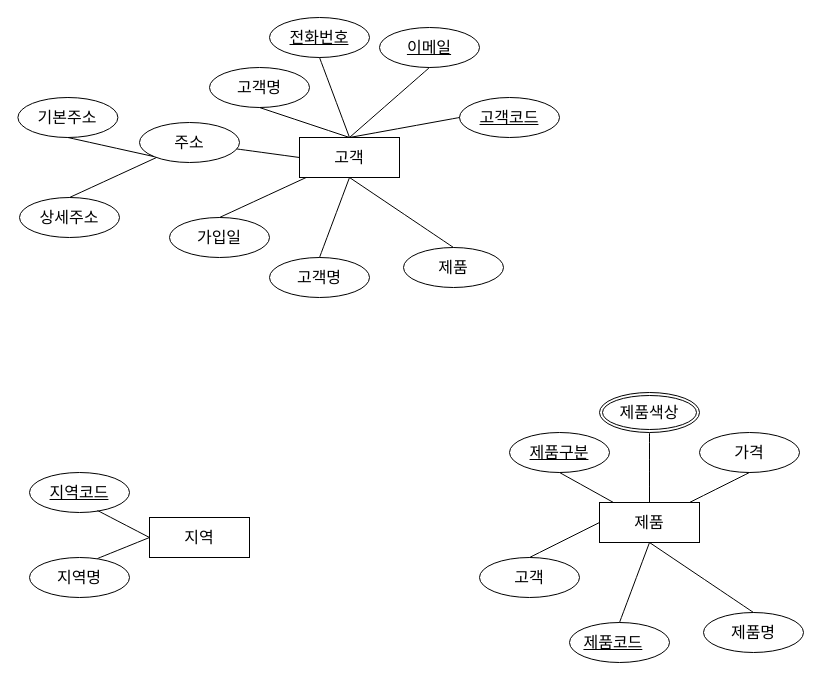
heesooooooo/bigdata keeps this draw.io diagram as product.drawio. Above is the earlier version. Source tidied: cells renumbered, new cells numbered last; positions are measured from the earlier drawing's top-left corner, leaving out a move shared by most shapes. Both pictures are drawn from the tidied source at 100%, with x=0, y=0 at pixel (17, 17).
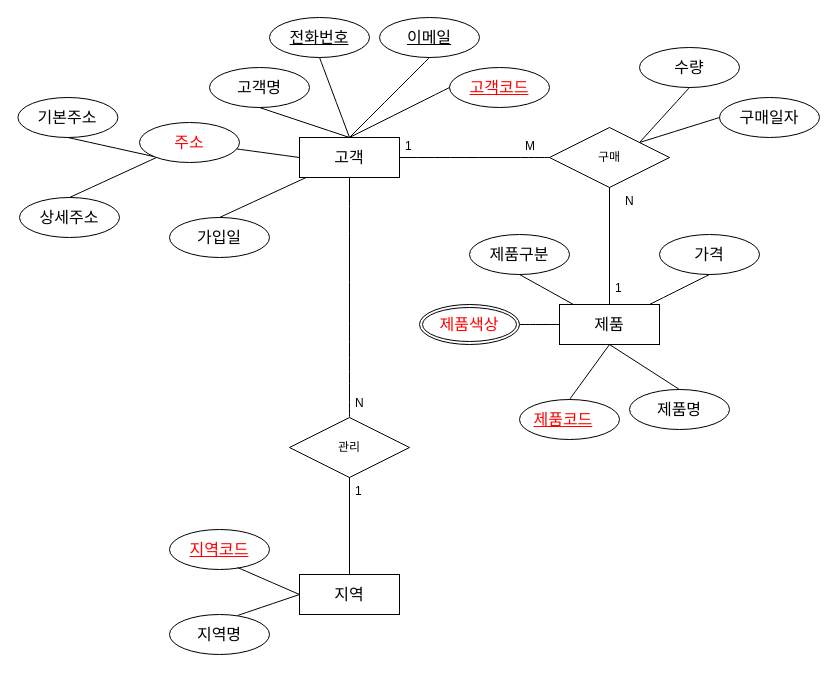
The same diagram, later.

The change refers to these unchanged cells:
```xml
<mxCell id="2" value="&lt;font&gt;고객&lt;/font&gt;" style="whiteSpace=wrap;html=1;align=center;fontSize=16;" parent="1" vertex="1">
  <mxGeometry x="282" y="120" width="100" height="40" as="geometry" />
</mxCell>
```

Change to the diagram source:
```diff
@@
     <mxCell id="7" value="이메일" style="ellipse;whiteSpace=wrap;html=1;align=center;fontSize=16;fontStyle=4;" parent="1" vertex="1">
-      <mxGeometry x="362" y="10" width="100" height="40" as="geometry" />
+      <mxGeometry x="362" width="100" height="40" as="geometry" />
     </mxCell>
@@
-    <mxCell id="9" value="고객코드" style="ellipse;whiteSpace=wrap;html=1;align=center;fontSize=16;fontStyle=4;" parent="1" vertex="1">
-      <mxGeometry x="442" y="80" width="100" height="40" as="geometry" />
+    <mxCell id="9" value="고객코드" style="ellipse;whiteSpace=wrap;html=1;align=center;fontSize=16;fontStyle=4;fontColor=#FF0000;" parent="1" vertex="1">
+      <mxGeometry x="432" y="50" width="100" height="40" as="geometry" />
     </mxCell>
@@
-    <mxCell id="13" value="고객명" style="ellipse;whiteSpace=wrap;html=1;align=center;fontSize=16;" parent="1" vertex="1">
-      <mxGeometry x="252" y="240" width="100" height="40" as="geometry" />
-    </mxCell>
-    <mxCell id="14" style="endArrow=none;html=1;rounded=0;fontSize=12;startSize=8;endSize=8;curved=1;exitX=0.5;exitY=0;exitDx=0;exitDy=0;entryX=0.5;entryY=1;entryDx=0;entryDy=0;" parent="1" edge="1" source="13" target="2">
-      <mxGeometry relative="1" as="geometry" />
-    </mxCell>
-    <mxCell id="15" value="제품" style="ellipse;whiteSpace=wrap;html=1;align=center;fontSize=16;" parent="1" vertex="1">
-      <mxGeometry x="386" y="230" width="100" height="40" as="geometry" />
-    </mxCell>
-    <mxCell id="16" style="endArrow=none;html=1;rounded=0;fontSize=12;startSize=8;endSize=8;curved=1;exitX=0.5;exitY=0;exitDx=0;exitDy=0;entryX=0.5;entryY=1;entryDx=0;entryDy=0;" parent="1" edge="1" source="15" target="2">
+    <mxCell id="16" style="endArrow=none;html=1;rounded=0;fontSize=12;startSize=8;endSize=8;curved=1;entryX=1;entryY=0.5;entryDx=0;entryDy=0;exitX=0;exitY=0.5;exitDx=0;exitDy=0;" parent="1" edge="1" source="41" target="2">
       <mxGeometry relative="1" as="geometry" />
     </mxCell>
-    <mxCell id="17" value="주소&lt;br&gt;" style="ellipse;whiteSpace=wrap;html=1;align=center;fontSize=16;" parent="1" vertex="1">
+    <mxCell id="17" value="주소&lt;br&gt;" style="ellipse;whiteSpace=wrap;html=1;align=center;fontSize=16;fontColor=#FF0000;" parent="1" vertex="1">
       <mxGeometry x="122" y="105" width="100" height="40" as="geometry" />
     </mxCell>
@@
     <mxCell id="23" value="지역" style="whiteSpace=wrap;html=1;align=center;fontSize=16;" parent="1" vertex="1">
-      <mxGeometry x="132" y="500" width="100" height="40" as="geometry" />
+      <mxGeometry x="282" y="557" width="100" height="40" as="geometry" />
     </mxCell>
     <mxCell id="24" value="지역명" style="ellipse;whiteSpace=wrap;html=1;align=center;fontSize=16;" parent="1" vertex="1">
-      <mxGeometry x="12" y="540" width="100" height="40" as="geometry" />
+      <mxGeometry x="152" y="597" width="100" height="40" as="geometry" />
     </mxCell>
-    <mxCell id="25" value="지역코드" style="ellipse;whiteSpace=wrap;html=1;align=center;fontSize=16;fontStyle=4;" parent="1" vertex="1">
-      <mxGeometry x="12" y="455" width="100" height="40" as="geometry" />
+    <mxCell id="25" value="지역코드" style="ellipse;whiteSpace=wrap;html=1;align=center;fontSize=16;fontStyle=4;fontColor=#FF0000;" parent="1" vertex="1">
+      <mxGeometry x="152" y="512" width="100" height="40" as="geometry" />
     </mxCell>
@@
     <mxCell id="28" value="제품" style="whiteSpace=wrap;html=1;align=center;fontSize=16;" parent="1" vertex="1">
-      <mxGeometry x="582" y="485" width="100" height="40" as="geometry" />
+      <mxGeometry x="542" y="287" width="100" height="40" as="geometry" />
     </mxCell>
-    <mxCell id="29" value="제품코드&lt;span style=&quot;white-space: pre;&quot;&gt;&#9;&lt;/span&gt;" style="ellipse;whiteSpace=wrap;html=1;align=center;fontSize=16;fontStyle=4;" parent="1" vertex="1">
-      <mxGeometry x="552" y="605" width="100" height="40" as="geometry" />
+    <mxCell id="29" value="제품코드&lt;span style=&quot;white-space: pre;&quot;&gt;&#9;&lt;/span&gt;" style="ellipse;whiteSpace=wrap;html=1;align=center;fontSize=16;fontStyle=4;fontColor=#FF0000;" parent="1" vertex="1">
+      <mxGeometry x="502" y="382" width="100" height="40" as="geometry" />
     </mxCell>
@@
     <mxCell id="31" value="제품명" style="ellipse;whiteSpace=wrap;html=1;align=center;fontSize=16;" parent="1" vertex="1">
-      <mxGeometry x="686" y="595" width="100" height="40" as="geometry" />
+      <mxGeometry x="612" y="372" width="100" height="40" as="geometry" />
     </mxCell>
@@
-    <mxCell id="33" value="제품구분" style="ellipse;whiteSpace=wrap;html=1;align=center;fontSize=16;fontStyle=4;" parent="1" vertex="1">
-      <mxGeometry x="492" y="415" width="100" height="40" as="geometry" />
+    <mxCell id="33" value="제품구분" style="ellipse;whiteSpace=wrap;html=1;align=center;fontSize=16;fontStyle=0;" parent="1" vertex="1">
+      <mxGeometry x="452" y="217" width="100" height="40" as="geometry" />
     </mxCell>
@@
-    <mxCell id="35" style="endArrow=none;html=1;rounded=0;fontSize=12;startSize=8;endSize=8;curved=1;exitX=0.5;exitY=1;exitDx=0;exitDy=0;" parent="1" edge="1" source="40" target="28">
-      <mxGeometry relative="1" as="geometry" />
-    </mxCell>
     <mxCell id="36" value="가격" style="ellipse;whiteSpace=wrap;html=1;align=center;fontSize=16;fontStyle=0;" parent="1" vertex="1">
-      <mxGeometry x="682" y="415" width="100" height="40" as="geometry" />
+      <mxGeometry x="642" y="217" width="100" height="40" as="geometry" />
     </mxCell>
@@
-    <mxCell id="38" value="고객" style="ellipse;whiteSpace=wrap;html=1;align=center;fontSize=16;" parent="1" vertex="1">
-      <mxGeometry x="462" y="540" width="100" height="40" as="geometry" />
-    </mxCell>
-    <mxCell id="39" style="endArrow=none;html=1;rounded=0;fontSize=12;startSize=8;endSize=8;curved=1;exitX=0.5;exitY=0;exitDx=0;exitDy=0;entryX=0;entryY=0.5;entryDx=0;entryDy=0;" parent="1" edge="1" source="38" target="28">
-      <mxGeometry relative="1" as="geometry" />
-    </mxCell>
+    <mxCell id="41" value="구매" style="shape=rhombus;perimeter=rhombusPerimeter;whiteSpace=wrap;html=1;align=center;" parent="1" vertex="1">
+      <mxGeometry x="532" y="110" width="120" height="60" as="geometry" />
+    </mxCell>
+    <mxCell id="42" style="endArrow=none;html=1;rounded=0;fontSize=12;startSize=8;endSize=8;curved=1;exitX=0.5;exitY=0;exitDx=0;exitDy=0;" parent="1" edge="1" source="43" target="2">
+      <mxGeometry relative="1" as="geometry" />
+    </mxCell>
+    <mxCell id="43" value="관리" style="shape=rhombus;perimeter=rhombusPerimeter;whiteSpace=wrap;html=1;align=center;" parent="1" vertex="1">
+      <mxGeometry x="272" y="400" width="120" height="60" as="geometry" />
+    </mxCell>
+    <mxCell id="44" value="N" style="text;strokeColor=none;fillColor=none;spacingLeft=4;spacingRight=4;overflow=hidden;fontSize=12;whiteSpace=wrap;html=1;" parent="1" vertex="1">
+      <mxGeometry x="332" y="372" width="40" height="30" as="geometry" />
+    </mxCell>
+    <mxCell id="45" style="endArrow=none;html=1;rounded=0;entryX=0.5;entryY=0;entryDx=0;entryDy=0;" parent="1" edge="1" source="43" target="23">
+      <mxGeometry relative="1" as="geometry" />
+    </mxCell>
+    <mxCell id="46" value="1&lt;br&gt;" style="text;strokeColor=none;fillColor=none;spacingLeft=4;spacingRight=4;overflow=hidden;fontSize=12;whiteSpace=wrap;html=1;" parent="1" vertex="1">
+      <mxGeometry x="332" y="460" width="40" height="30" as="geometry" />
+    </mxCell>
+    <mxCell id="47" value="수량" style="ellipse;whiteSpace=wrap;html=1;align=center;fontSize=16;fontStyle=0;" parent="1" vertex="1">
+      <mxGeometry x="622" y="30" width="100" height="40" as="geometry" />
+    </mxCell>
+    <mxCell id="48" style="endArrow=none;html=1;rounded=0;fontSize=12;startSize=8;endSize=8;curved=1;exitX=0.5;exitY=1;exitDx=0;exitDy=0;entryX=1;entryY=0;entryDx=0;entryDy=0;" parent="1" edge="1" source="47" target="41">
+      <mxGeometry relative="1" as="geometry" />
+    </mxCell>
+    <mxCell id="49" value="구매일자" style="ellipse;whiteSpace=wrap;html=1;align=center;fontSize=16;fontStyle=0;" parent="1" vertex="1">
+      <mxGeometry x="702" y="80" width="100" height="40" as="geometry" />
+    </mxCell>
+    <mxCell id="50" style="endArrow=none;html=1;rounded=0;fontSize=12;startSize=8;endSize=8;curved=1;exitX=0;exitY=0.5;exitDx=0;exitDy=0;entryX=1;entryY=0;entryDx=0;entryDy=0;" parent="1" edge="1" source="49" target="41">
+      <mxGeometry relative="1" as="geometry" />
+    </mxCell>
+    <mxCell id="51" value="M" style="text;strokeColor=none;fillColor=none;spacingLeft=4;spacingRight=4;overflow=hidden;fontSize=12;whiteSpace=wrap;html=1;" parent="1" vertex="1">
+      <mxGeometry x="502" y="115" width="40" height="30" as="geometry" />
+    </mxCell>
+    <mxCell id="35" style="endArrow=none;html=1;rounded=0;fontSize=12;startSize=8;endSize=8;curved=1;exitX=1;exitY=0.5;exitDx=0;exitDy=0;entryX=0;entryY=0.5;entryDx=0;entryDy=0;" parent="1" edge="1" source="40" target="28">
+      <mxGeometry relative="1" as="geometry" />
+    </mxCell>
-    <mxCell id="40" value="제품색상" style="ellipse;shape=doubleEllipse;margin=3;whiteSpace=wrap;html=1;align=center;fontSize=16;" parent="1" vertex="1">
-      <mxGeometry x="582" y="375" width="100" height="40" as="geometry" />
+    <mxCell id="40" value="제품색상" style="ellipse;shape=doubleEllipse;margin=3;whiteSpace=wrap;html=1;align=center;fontSize=16;fontColor=#FF0000;" parent="1" vertex="1">
+      <mxGeometry x="402" y="287" width="100" height="40" as="geometry" />
     </mxCell>
+    <mxCell id="52" style="endArrow=none;html=1;rounded=0;entryX=0.5;entryY=1;entryDx=0;entryDy=0;exitX=0.5;exitY=0;exitDx=0;exitDy=0;" parent="1" edge="1" source="28" target="41">
+      <mxGeometry relative="1" as="geometry" />
+    </mxCell>
+    <mxCell id="53" value="N" style="text;strokeColor=none;fillColor=none;spacingLeft=4;spacingRight=4;overflow=hidden;fontSize=12;whiteSpace=wrap;html=1;" parent="1" vertex="1">
+      <mxGeometry x="602" y="170" width="40" height="30" as="geometry" />
+    </mxCell>
+    <mxCell id="54" value="1" style="text;strokeColor=none;fillColor=none;spacingLeft=4;spacingRight=4;overflow=hidden;fontSize=12;whiteSpace=wrap;html=1;" parent="1" vertex="1">
+      <mxGeometry x="592" y="257" width="40" height="30" as="geometry" />
+    </mxCell>
+    <mxCell id="55" value="1" style="text;strokeColor=none;fillColor=none;spacingLeft=4;spacingRight=4;overflow=hidden;fontSize=12;whiteSpace=wrap;html=1;" parent="1" vertex="1">
+      <mxGeometry x="382" y="115" width="40" height="30" as="geometry" />
+    </mxCell>
```
